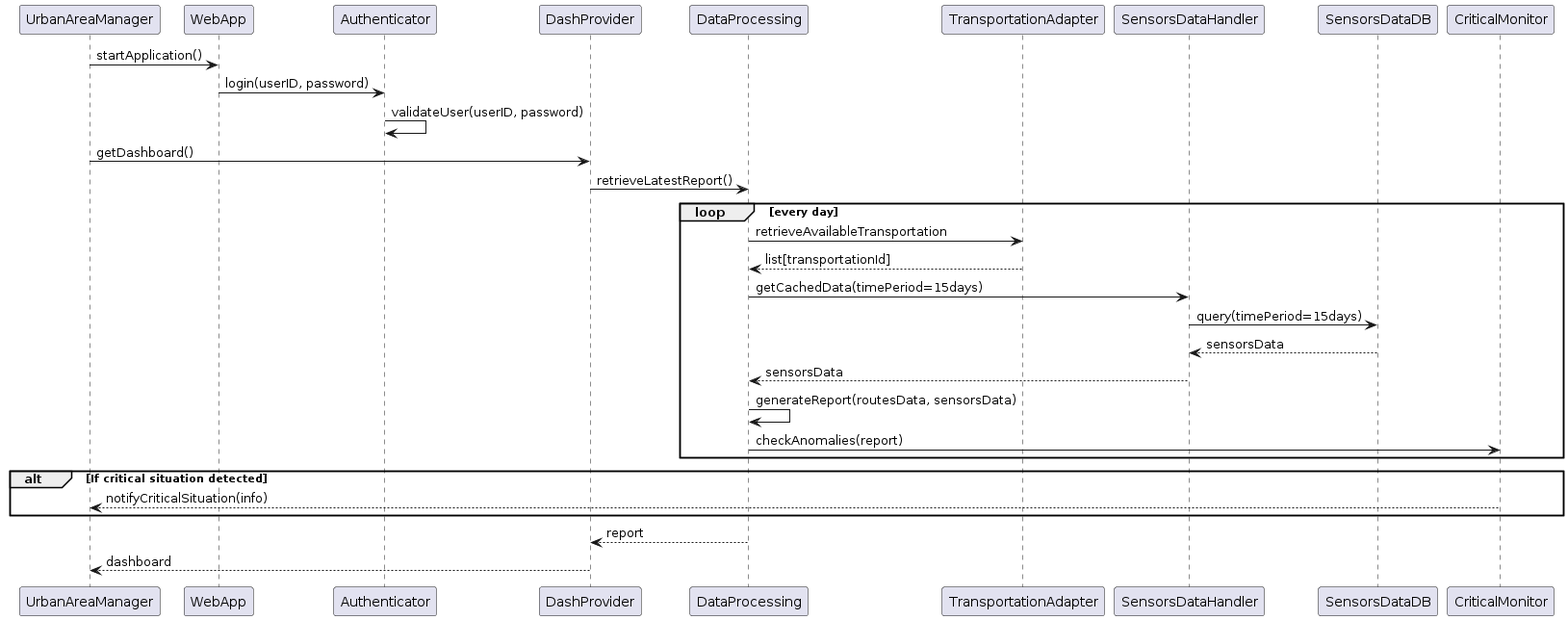
This is seqDiagram.png from Ferraah/SeqDiagramsSWENG, a PlantUML export, as it was before one commit.
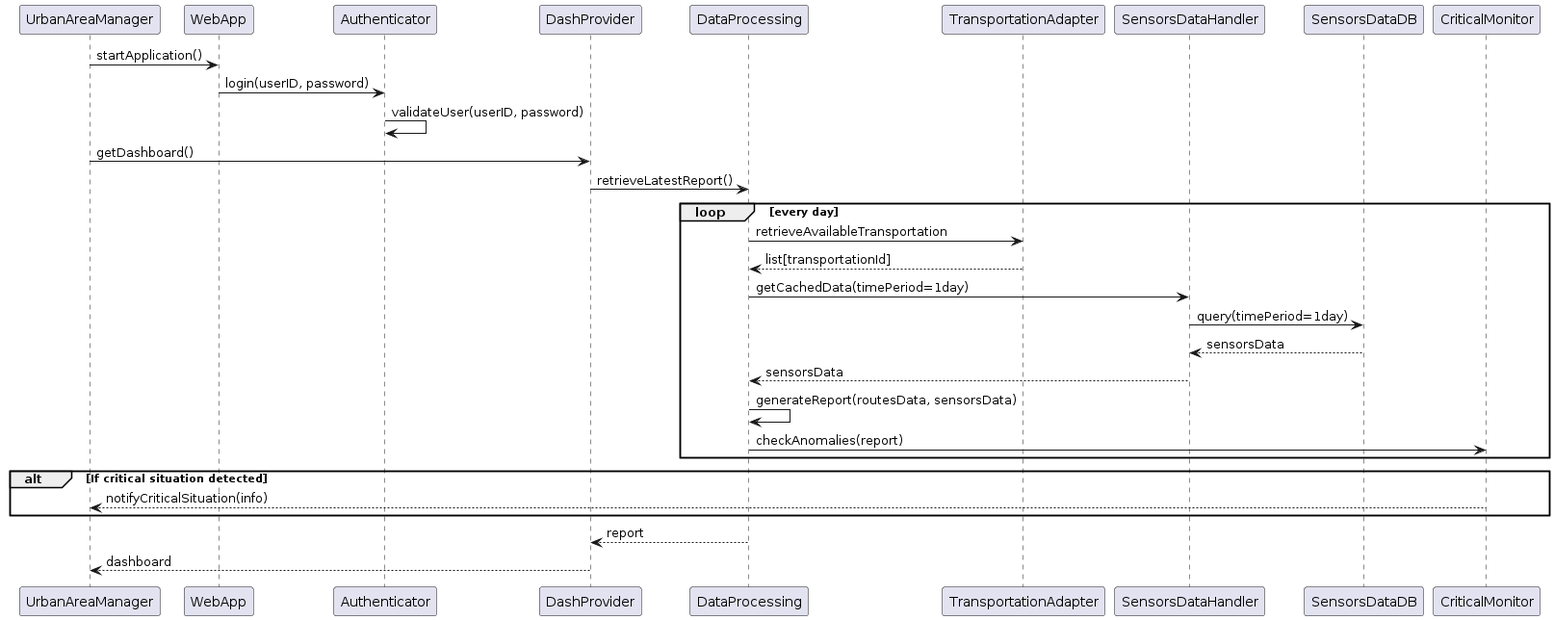
The same diagram one commit later.

What changed in the source:
```diff
@@ -8,8 +8,8 @@
 loop every day
     DataProcessing -> TransportationAdapter: retrieveAvailableTransportation
     DataProcessing <-- TransportationAdapter: list[transportationId]
-    DataProcessing -> SensorsDataHandler: getCachedData(timePeriod=15days)
-    SensorsDataHandler -> SensorsDataDB: query(timePeriod=15days)
+    DataProcessing -> SensorsDataHandler: getCachedData(timePeriod=1day)
+    SensorsDataHandler -> SensorsDataDB: query(timePeriod=1day)
     SensorsDataHandler <-- SensorsDataDB: sensorsData
     DataProcessing <-- SensorsDataHandler: sensorsData
     DataProcessing -> DataProcessing: generateReport(routesData, sensorsData)
```
